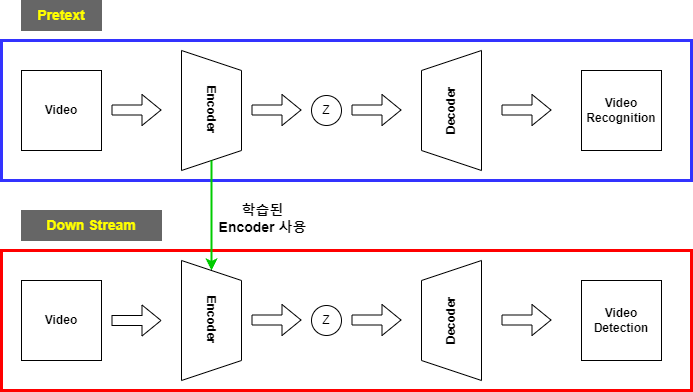
The draw.io diagram 연구주제.drawio.png in Kyoungrae-Noh/Self-Supervised-Learning, before a commit. Source tidied: cells renumbered, new cells last; positions are measured from the earlier drawing's top-left corner, leaving out a move shared by most shapes.
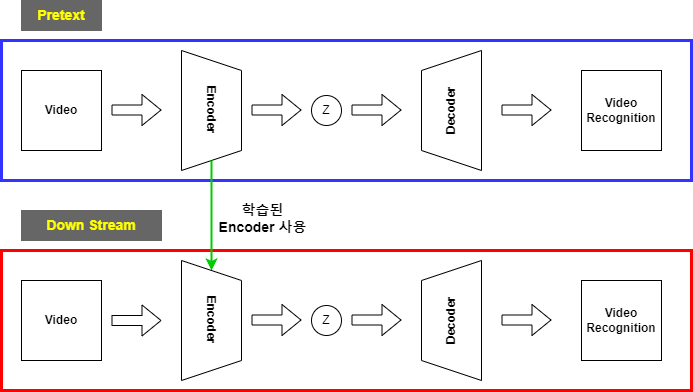
After the commit.

Commit message:
연구주제.drawio.png 업데이트

The edit, as a diff of the source:
```diff
@@ -75,7 +75,7 @@
     <mxCell id="19" value="&lt;b&gt;&lt;font color=&quot;#ffff00&quot; style=&quot;font-size: 14px;&quot;&gt;Down Stream&lt;/font&gt;&lt;/b&gt;" style="rounded=0;whiteSpace=wrap;html=1;fillColor=#666666;strokeColor=#666666;" parent="1" vertex="1">
       <mxGeometry x="20" y="210" width="140" height="30" as="geometry" />
     </mxCell>
-    <mxCell id="20" value="&lt;b&gt;Video&lt;br&gt;Detection&lt;/b&gt;" style="whiteSpace=wrap;html=1;" parent="1" vertex="1">
+    <mxCell id="20" value="&lt;b&gt;Video&lt;br&gt;Recognition&lt;/b&gt;" style="whiteSpace=wrap;html=1;" parent="1" vertex="1">
       <mxGeometry x="580" y="280" width="80" height="80" as="geometry" />
     </mxCell>
     <mxCell id="21" style="shape=flexArrow;endArrow=classic;html=1;rounded=0;fillColor=#FFFFFF;" parent="1" edge="1">
```
